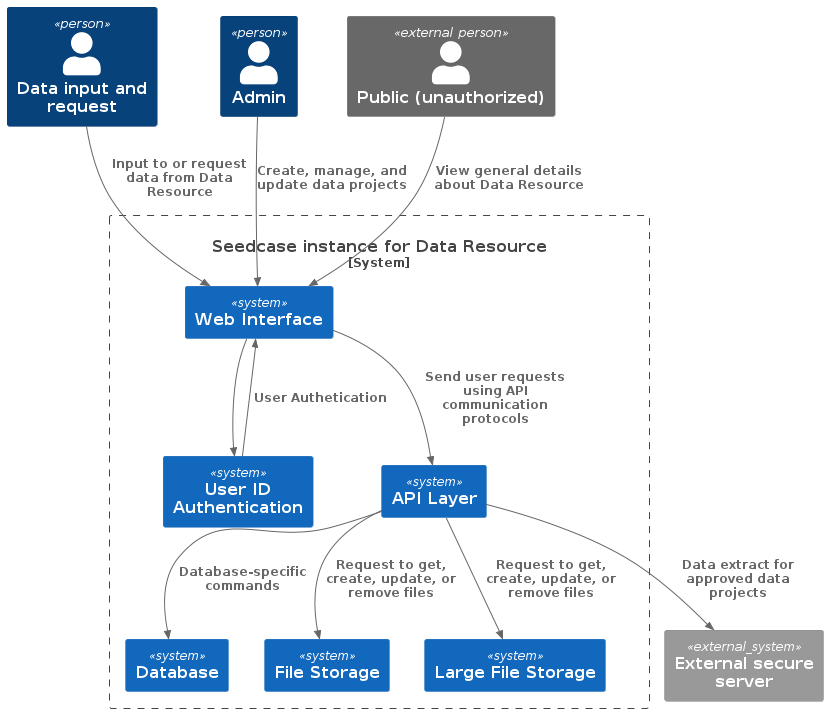
Earlier version of the PlantUML export design/images/container.png (seedcase-project/seedcase-website).
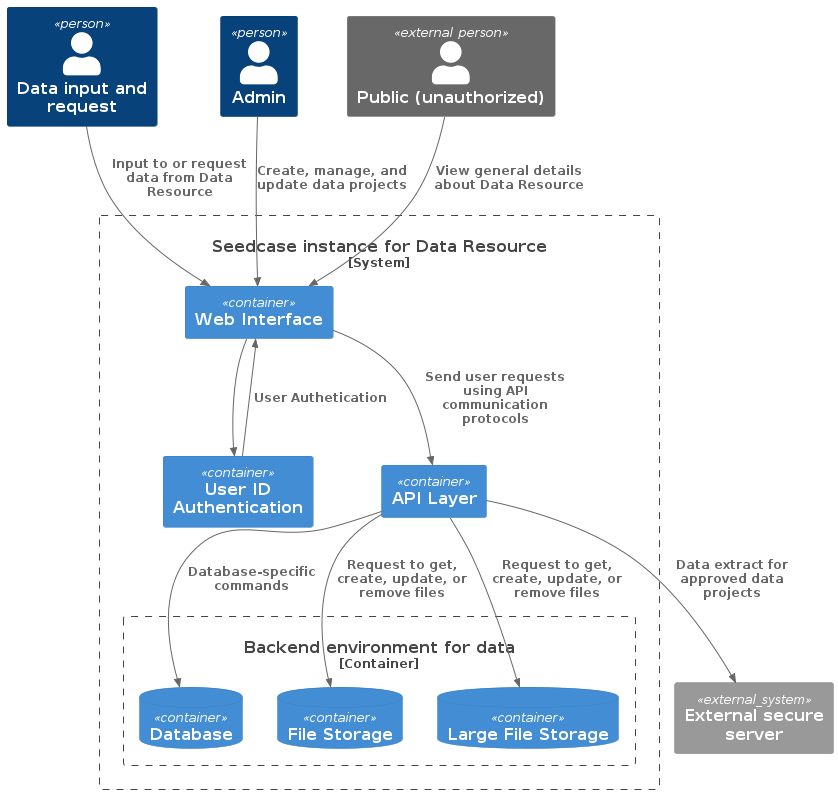
Later version of the same file.

Commit message:
update container puml and image. Mostly switching to use correct syntax

Change to the diagram source:
```diff
@@ -6,13 +6,15 @@
 Person_Ext(user_public, "Public (unauthorized)")
 
 System_Boundary(seedcase, "Seedcase instance for Data Resource") {
-  System(web_framework, "Web Interface")
-  System(id_management, "User ID Authentication")
-  System(api_framework, "API Layer")
-  System(backend_database, "Database")
-  System(backend_file_storage, "File Storage")
-  System(backend_large_file_storage, "Large File Storage")
+  Container(web_framework, "Web Interface")
+  Container(id_management, "User ID Authentication")
+  Container(api_framework, "API Layer")
 
+  Container_Boundary(backend, "Backend environment for data") {
+    ContainerDb(backend_database, "Database")
+    ContainerDb(backend_file_storage, "File Storage")
+    ContainerDb(backend_large_file_storage, "Large File Storage")
+  }
 }
 System_Ext(external_server, "External secure server")
 
```
